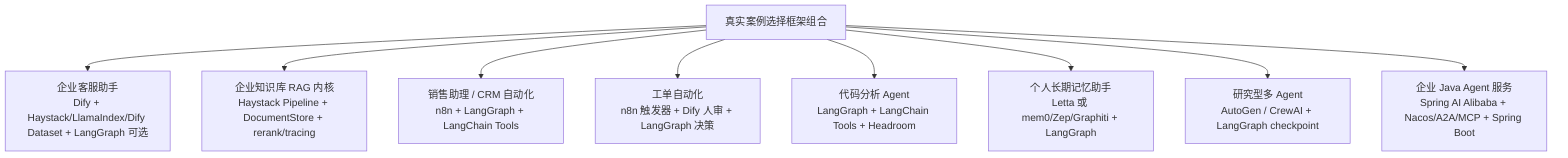
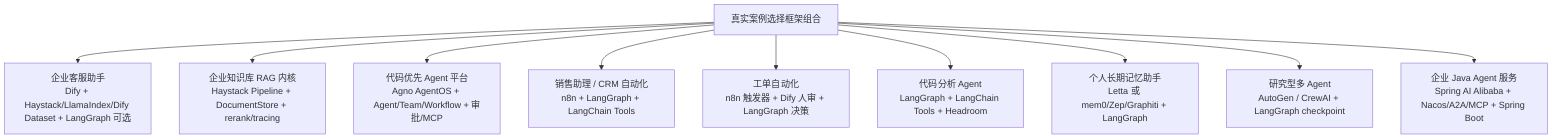
flowchart TB
    Cases["真实案例选择框架组合"]
    Cases --> CS["企业客服助手<br/>Dify + Haystack/LlamaIndex/Dify Dataset + LangGraph 可选"]
    Cases --> KBRAG["企业知识库 RAG 内核<br/>Haystack Pipeline + DocumentStore + rerank/tracing"]
+     Cases --> AgnoCase["代码优先 Agent 平台<br/>Agno AgentOS + Agent/Team/Workflow + 审批/MCP"]
    Cases --> Sales["销售助理 / CRM 自动化<br/>n8n + LangGraph + LangChain Tools"]
    Cases --> Ticket["工单自动化<br/>n8n 触发器 + Dify 人审 + LangGraph 决策"]
    Cases --> Code["代码分析 Agent<br/>LangGraph + LangChain Tools + Headroom"]
    Cases --> Memory["个人长期记忆助手<br/>Letta 或 mem0/Zep/Graphiti + LangGraph"]
    Cases --> Research["研究型多 Agent<br/>AutoGen / CrewAI + LangGraph checkpoint"]
    Cases --> JavaAgent["企业 Java Agent 服务<br/>Spring AI Alibaba + Nacos/A2A/MCP + Spring Boot"]
